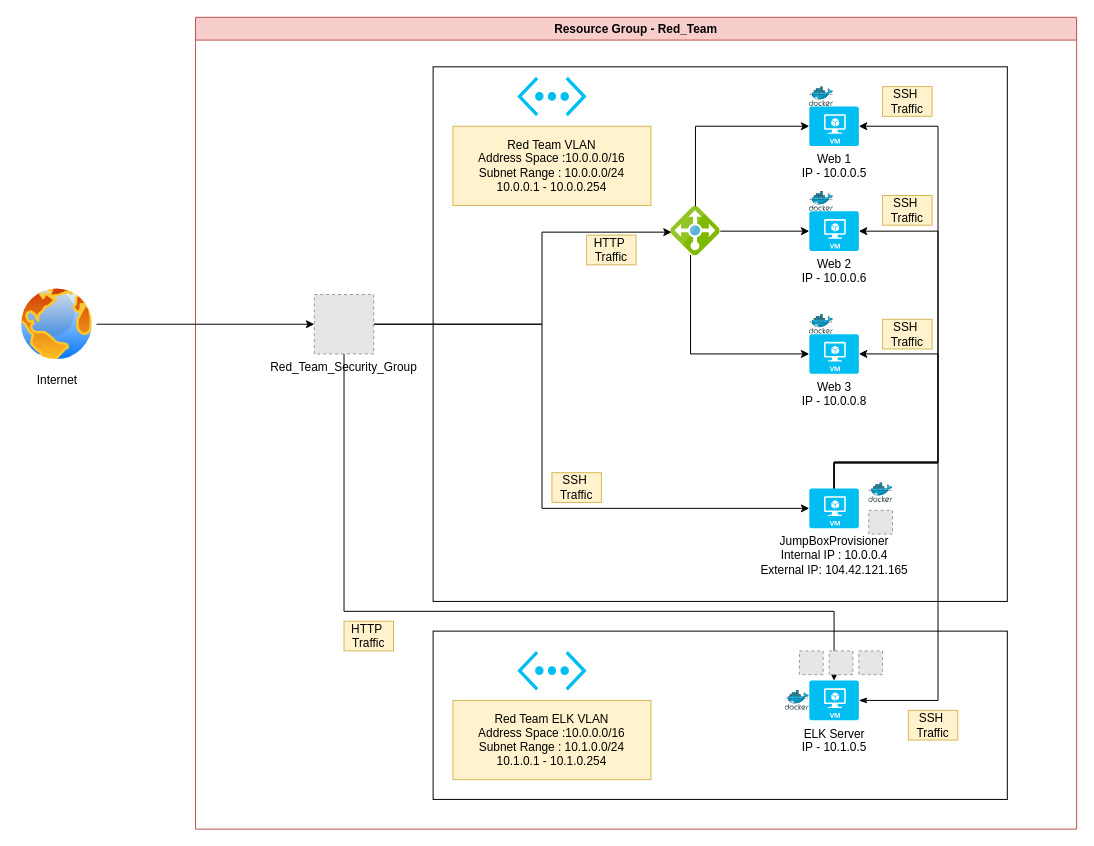
AsoTC/Cybersecurity-BootCamp keeps this draw.io diagram as Week Twelve/Week 12 - Cloud Security.drawio. Above is the earlier version. Source tidied: cells renumbered, new cells numbered last; positions are measured from the earlier drawing's top-left corner, leaving out a move shared by most shapes. Both pictures are drawn from the tidied source at 99%, with x=0, y=0 at pixel (17, 17). Pictures stored in the file or linked from it are replaced by grey dashed boxes.
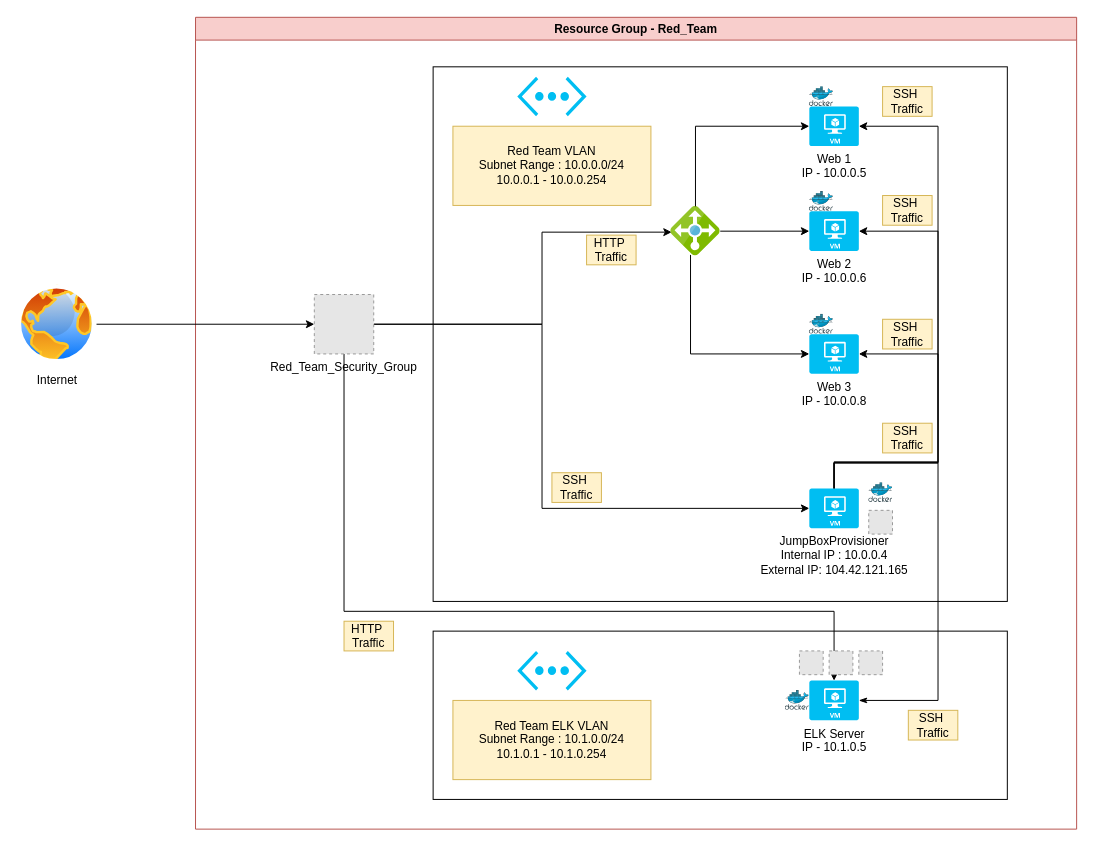
Above is the later version.

The change refers to these unchanged cells:
```xml
<mxCell id="2" value="Resource Group - Red_Team" style="swimlane;html=1;fillColor=#f8cecc;whiteSpace=wrap;strokeColor=#b85450;rounded=0;glass=0;shadow=0;sketch=0;" parent="1" vertex="1">
  <mxGeometry x="180" width="890" height="820" as="geometry" />
</mxCell>
```

What changed in the source:
```diff
@@
-    <mxCell id="31" value="Red Team VLAN&lt;br&gt;Address Space :10.0.0.0/16&lt;br&gt;Subnet Range : 10.0.0.0/24&lt;br&gt;10.0.0.1 - 10.0.0.254" style="text;html=1;strokeColor=#d6b656;fillColor=#fff2cc;align=center;verticalAlign=middle;whiteSpace=wrap;overflow=hidden;rounded=0;shadow=0;glass=0;sketch=0;" parent="2" vertex="1">
+    <mxCell id="31" value="Red Team VLAN&lt;br&gt;Subnet Range : 10.0.0.0/24&lt;br&gt;10.0.0.1 - 10.0.0.254" style="text;html=1;strokeColor=#d6b656;fillColor=#fff2cc;align=center;verticalAlign=middle;whiteSpace=wrap;overflow=hidden;rounded=0;shadow=0;glass=0;sketch=0;" parent="2" vertex="1">
       <mxGeometry x="260" y="110" width="200" height="80" as="geometry" />
     </mxCell>
@@
-    <mxCell id="36" value="Red Team ELK VLAN&lt;br&gt;Address Space :10.0.0.0/16&lt;br&gt;Subnet Range : 10.1.0.0/24&lt;br&gt;10.1.0.1 - 10.1.0.254" style="text;html=1;strokeColor=#d6b656;fillColor=#fff2cc;align=center;verticalAlign=middle;whiteSpace=wrap;overflow=hidden;rounded=0;shadow=0;glass=0;sketch=0;" parent="2" vertex="1">
+    <mxCell id="36" value="Red Team ELK VLAN&lt;br&gt;Subnet Range : 10.1.0.0/24&lt;br&gt;10.1.0.1 - 10.1.0.254" style="text;html=1;strokeColor=#d6b656;fillColor=#fff2cc;align=center;verticalAlign=middle;whiteSpace=wrap;overflow=hidden;rounded=0;shadow=0;glass=0;sketch=0;" parent="2" vertex="1">
       <mxGeometry x="260" y="690" width="200" height="80" as="geometry" />
     </mxCell>
@@
+    <mxCell id="46" value="SSH&amp;nbsp;&lt;br&gt;Traffic" style="text;html=1;strokeColor=#d6b656;fillColor=#fff2cc;align=center;verticalAlign=middle;whiteSpace=wrap;rounded=0;" parent="2" vertex="1">
+      <mxGeometry x="694" y="410" width="50" height="30" as="geometry" />
+    </mxCell>
```
